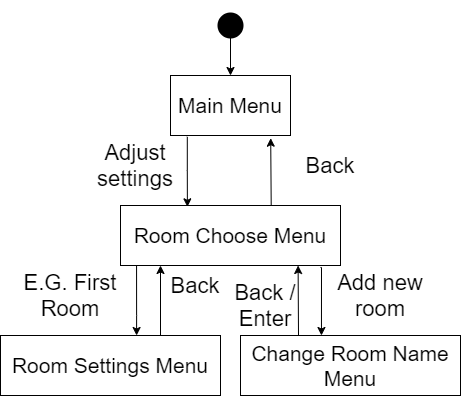
Earlier version of the draw.io export docs/assets/StateDiagram.png (Academic-Laboratory-Group/STMSmartHome). Source tidied: cells renumbered, new cells last; positions are measured from the earlier drawing's top-left corner, leaving out a move shared by most shapes. Source of this version:
```xml
<mxGraphModel>
  <root>
    <mxCell id="0" />
    <mxCell id="1" parent="0" />
    <mxCell id="2" style="edgeStyle=orthogonalEdgeStyle;rounded=0;jettySize=auto;html=1;" parent="1" edge="1" source="3" target="5">
      <mxGeometry relative="1" as="geometry" />
    </mxCell>
    <mxCell id="3" style="shape=waypoint;sketch=0;size=6;points=[];fillColor=none;perimeter=centerPerimeter;snapToPoint=1;strokeWidth=11;" parent="1" vertex="1">
      <mxGeometry x="210" width="40" height="40" as="geometry" />
    </mxCell>
    <mxCell id="4" style="edgeStyle=orthogonalEdgeStyle;rounded=0;jettySize=auto;html=1;entryX=0.304;entryY=0.022;entryDx=0;entryDy=0;exitX=0.14;exitY=1.022;exitDx=0;exitDy=0;exitPerimeter=0;entryPerimeter=0;" parent="1" edge="1" source="5" target="8">
      <mxGeometry relative="1" as="geometry" />
    </mxCell>
    <mxCell id="5" value="&lt;font style=&quot;font-size: 21px&quot;&gt;Main Menu&lt;/font&gt;" style="rounded=0;whiteSpace=wrap;html=1;strokeWidth=1;" parent="1" vertex="1">
      <mxGeometry x="170" y="70" width="120" height="60" as="geometry" />
    </mxCell>
    <mxCell id="6" style="edgeStyle=orthogonalEdgeStyle;rounded=0;jettySize=auto;html=1;exitX=0.073;exitY=0.983;exitDx=0;exitDy=0;exitPerimeter=0;" parent="1" edge="1" source="8" target="12">
      <mxGeometry relative="1" as="geometry">
        <Array as="points">
          <mxPoint x="136" y="310" />
          <mxPoint x="136" y="310" />
        </Array>
      </mxGeometry>
    </mxCell>
    <mxCell id="7" style="edgeStyle=orthogonalEdgeStyle;rounded=0;jettySize=auto;html=1;exitX=0.909;exitY=1.033;exitDx=0;exitDy=0;exitPerimeter=0;entryX=0.368;entryY=0;entryDx=0;entryDy=0;entryPerimeter=0;" parent="1" edge="1" source="8" target="14">
      <mxGeometry relative="1" as="geometry">
        <Array as="points">
          <mxPoint x="321" y="262" />
        </Array>
      </mxGeometry>
    </mxCell>
    <mxCell id="8" value="&lt;font style=&quot;font-size: 21px&quot;&gt;Room Choose Menu&lt;/font&gt;" style="rounded=0;whiteSpace=wrap;html=1;strokeWidth=1;" parent="1" vertex="1">
      <mxGeometry x="120" y="200" width="220" height="60" as="geometry" />
    </mxCell>
    <mxCell id="9" value="&lt;font style=&quot;font-size: 22px&quot;&gt;Adjust settings&lt;/font&gt;" style="text;html=1;strokeColor=none;fillColor=none;align=center;verticalAlign=middle;whiteSpace=wrap;rounded=0;" parent="1" vertex="1">
      <mxGeometry x="90" y="150" width="90" height="20" as="geometry" />
    </mxCell>
    <mxCell id="10" style="endArrow=classic;html=1;exitX=0.685;exitY=-0.007;exitDx=0;exitDy=0;exitPerimeter=0;entryX=0.835;entryY=1.045;entryDx=0;entryDy=0;entryPerimeter=0;" parent="1" edge="1" source="8" target="5">
      <mxGeometry relative="1" as="geometry" />
    </mxCell>
    <mxCell id="11" value="&lt;font style=&quot;font-size: 22px&quot;&gt;Back&lt;/font&gt;" style="text;html=1;strokeColor=none;fillColor=none;align=center;verticalAlign=middle;whiteSpace=wrap;rounded=0;" parent="1" vertex="1">
      <mxGeometry x="285" y="150" width="90" height="20" as="geometry" />
    </mxCell>
    <mxCell id="12" value="&lt;font style=&quot;font-size: 21px&quot;&gt;Room Settings Menu&lt;/font&gt;" style="rounded=0;whiteSpace=wrap;html=1;strokeWidth=1;" parent="1" vertex="1">
      <mxGeometry y="330" width="220" height="60" as="geometry" />
    </mxCell>
    <mxCell id="13" value="&lt;font style=&quot;font-size: 22px&quot;&gt;E.G. First Room&lt;/font&gt;" style="text;html=1;strokeColor=none;fillColor=none;align=center;verticalAlign=middle;whiteSpace=wrap;rounded=0;" parent="1" vertex="1">
      <mxGeometry x="10" y="280" width="120" height="20" as="geometry" />
    </mxCell>
    <mxCell id="14" value="&lt;font style=&quot;font-size: 21px&quot;&gt;Change Room Name Menu&lt;/font&gt;" style="rounded=0;whiteSpace=wrap;html=1;strokeWidth=1;" parent="1" vertex="1">
      <mxGeometry x="240" y="330" width="220" height="60" as="geometry" />
    </mxCell>
    <mxCell id="15" value="&lt;font style=&quot;font-size: 22px&quot;&gt;Add new room&lt;/font&gt;" style="text;html=1;strokeColor=none;fillColor=none;align=center;verticalAlign=middle;whiteSpace=wrap;rounded=0;" parent="1" vertex="1">
      <mxGeometry x="320" y="280" width="120" height="20" as="geometry" />
    </mxCell>
    <mxCell id="16" style="endArrow=classic;html=1;entryX=0.835;entryY=1.045;entryDx=0;entryDy=0;entryPerimeter=0;" parent="1" edge="1">
      <mxGeometry relative="1" as="geometry">
        <mxPoint x="160" y="330" as="sourcePoint" />
        <mxPoint x="160" y="260" as="targetPoint" />
      </mxGeometry>
    </mxCell>
    <mxCell id="17" value="&lt;font style=&quot;font-size: 22px&quot;&gt;Back&lt;/font&gt;" style="text;html=1;strokeColor=none;fillColor=none;align=center;verticalAlign=middle;whiteSpace=wrap;rounded=0;" parent="1" vertex="1">
      <mxGeometry x="150" y="270" width="90" height="20" as="geometry" />
    </mxCell>
    <mxCell id="18" style="endArrow=classic;html=1;entryX=0.835;entryY=1.045;entryDx=0;entryDy=0;entryPerimeter=0;" parent="1" edge="1">
      <mxGeometry relative="1" as="geometry">
        <mxPoint x="298" y="330" as="sourcePoint" />
        <mxPoint x="297.6" y="260" as="targetPoint" />
      </mxGeometry>
    </mxCell>
    <mxCell id="19" value="&lt;font style=&quot;font-size: 22px&quot;&gt;Back / Enter&lt;/font&gt;" style="text;html=1;strokeColor=none;fillColor=none;align=center;verticalAlign=middle;whiteSpace=wrap;rounded=0;" parent="1" vertex="1">
      <mxGeometry x="220" y="290" width="90" height="20" as="geometry" />
    </mxCell>
  </root>
</mxGraphModel>
```
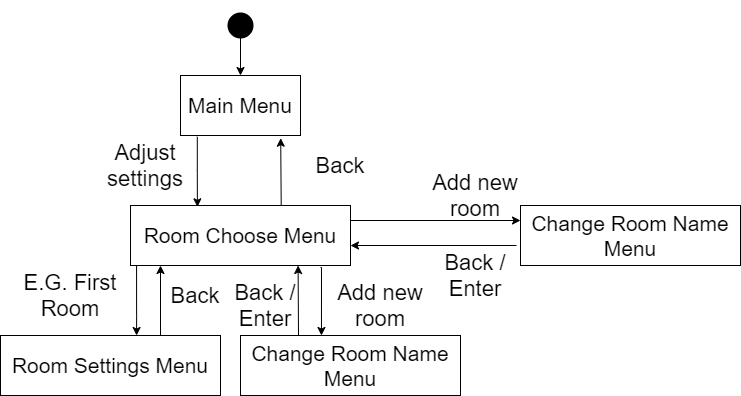
After the change.

Commit message:
Update state diagram

The edit, as a diff of the source:
```diff
@@ -6,70 +6,93 @@
       <mxGeometry relative="1" as="geometry" />
     </mxCell>
     <mxCell id="3" style="shape=waypoint;sketch=0;size=6;points=[];fillColor=none;perimeter=centerPerimeter;snapToPoint=1;strokeWidth=11;" parent="1" vertex="1">
-      <mxGeometry x="210" width="40" height="40" as="geometry" />
+      <mxGeometry x="135" width="40" height="40" as="geometry" />
     </mxCell>
     <mxCell id="4" style="edgeStyle=orthogonalEdgeStyle;rounded=0;jettySize=auto;html=1;entryX=0.304;entryY=0.022;entryDx=0;entryDy=0;exitX=0.14;exitY=1.022;exitDx=0;exitDy=0;exitPerimeter=0;entryPerimeter=0;" parent="1" edge="1" source="5" target="8">
       <mxGeometry relative="1" as="geometry" />
     </mxCell>
     <mxCell id="5" value="&lt;font style=&quot;font-size: 21px&quot;&gt;Main Menu&lt;/font&gt;" style="rounded=0;whiteSpace=wrap;html=1;strokeWidth=1;" parent="1" vertex="1">
-      <mxGeometry x="170" y="70" width="120" height="60" as="geometry" />
+      <mxGeometry x="95" y="70" width="120" height="60" as="geometry" />
     </mxCell>
-    <mxCell id="6" style="edgeStyle=orthogonalEdgeStyle;rounded=0;jettySize=auto;html=1;exitX=0.073;exitY=0.983;exitDx=0;exitDy=0;exitPerimeter=0;" parent="1" edge="1" source="8" target="12">
+    <mxCell id="6" style="edgeStyle=orthogonalEdgeStyle;rounded=0;jettySize=auto;html=1;exitX=0.073;exitY=0.983;exitDx=0;exitDy=0;exitPerimeter=0;" parent="1" edge="1" target="12">
       <mxGeometry relative="1" as="geometry">
+        <mxPoint x="51.1" y="259" as="sourcePoint" />
         <Array as="points">
-          <mxPoint x="136" y="310" />
-          <mxPoint x="136" y="310" />
+          <mxPoint x="51" y="310" />
+          <mxPoint x="51" y="310" />
         </Array>
       </mxGeometry>
     </mxCell>
-    <mxCell id="7" style="edgeStyle=orthogonalEdgeStyle;rounded=0;jettySize=auto;html=1;exitX=0.909;exitY=1.033;exitDx=0;exitDy=0;exitPerimeter=0;entryX=0.368;entryY=0;entryDx=0;entryDy=0;entryPerimeter=0;" parent="1" edge="1" source="8" target="14">
+    <mxCell id="7" style="edgeStyle=orthogonalEdgeStyle;rounded=0;jettySize=auto;html=1;exitX=0.909;exitY=1.033;exitDx=0;exitDy=0;exitPerimeter=0;entryX=0.368;entryY=0;entryDx=0;entryDy=0;entryPerimeter=0;" parent="1" edge="1" target="14">
       <mxGeometry relative="1" as="geometry">
+        <mxPoint x="235" y="262" as="sourcePoint" />
         <Array as="points">
-          <mxPoint x="321" y="262" />
+          <mxPoint x="236" y="262" />
         </Array>
       </mxGeometry>
     </mxCell>
     <mxCell id="8" value="&lt;font style=&quot;font-size: 21px&quot;&gt;Room Choose Menu&lt;/font&gt;" style="rounded=0;whiteSpace=wrap;html=1;strokeWidth=1;" parent="1" vertex="1">
-      <mxGeometry x="120" y="200" width="220" height="60" as="geometry" />
+      <mxGeometry x="45" y="200" width="220" height="60" as="geometry" />
     </mxCell>
     <mxCell id="9" value="&lt;font style=&quot;font-size: 22px&quot;&gt;Adjust settings&lt;/font&gt;" style="text;html=1;strokeColor=none;fillColor=none;align=center;verticalAlign=middle;whiteSpace=wrap;rounded=0;" parent="1" vertex="1">
-      <mxGeometry x="90" y="150" width="90" height="20" as="geometry" />
+      <mxGeometry x="15" y="150" width="90" height="20" as="geometry" />
     </mxCell>
     <mxCell id="10" style="endArrow=classic;html=1;exitX=0.685;exitY=-0.007;exitDx=0;exitDy=0;exitPerimeter=0;entryX=0.835;entryY=1.045;entryDx=0;entryDy=0;entryPerimeter=0;" parent="1" edge="1" source="8" target="5">
       <mxGeometry relative="1" as="geometry" />
     </mxCell>
     <mxCell id="11" value="&lt;font style=&quot;font-size: 22px&quot;&gt;Back&lt;/font&gt;" style="text;html=1;strokeColor=none;fillColor=none;align=center;verticalAlign=middle;whiteSpace=wrap;rounded=0;" parent="1" vertex="1">
-      <mxGeometry x="285" y="150" width="90" height="20" as="geometry" />
+      <mxGeometry x="210" y="150" width="90" height="20" as="geometry" />
     </mxCell>
     <mxCell id="12" value="&lt;font style=&quot;font-size: 21px&quot;&gt;Room Settings Menu&lt;/font&gt;" style="rounded=0;whiteSpace=wrap;html=1;strokeWidth=1;" parent="1" vertex="1">
-      <mxGeometry y="330" width="220" height="60" as="geometry" />
+      <mxGeometry x="-85" y="330" width="220" height="60" as="geometry" />
     </mxCell>
     <mxCell id="13" value="&lt;font style=&quot;font-size: 22px&quot;&gt;E.G. First Room&lt;/font&gt;" style="text;html=1;strokeColor=none;fillColor=none;align=center;verticalAlign=middle;whiteSpace=wrap;rounded=0;" parent="1" vertex="1">
-      <mxGeometry x="10" y="280" width="120" height="20" as="geometry" />
+      <mxGeometry x="-75" y="280" width="120" height="20" as="geometry" />
     </mxCell>
     <mxCell id="14" value="&lt;font style=&quot;font-size: 21px&quot;&gt;Change Room Name Menu&lt;/font&gt;" style="rounded=0;whiteSpace=wrap;html=1;strokeWidth=1;" parent="1" vertex="1">
-      <mxGeometry x="240" y="330" width="220" height="60" as="geometry" />
+      <mxGeometry x="155" y="330" width="220" height="60" as="geometry" />
     </mxCell>
     <mxCell id="15" value="&lt;font style=&quot;font-size: 22px&quot;&gt;Add new room&lt;/font&gt;" style="text;html=1;strokeColor=none;fillColor=none;align=center;verticalAlign=middle;whiteSpace=wrap;rounded=0;" parent="1" vertex="1">
-      <mxGeometry x="320" y="280" width="120" height="20" as="geometry" />
+      <mxGeometry x="235" y="290" width="120" height="20" as="geometry" />
     </mxCell>
     <mxCell id="16" style="endArrow=classic;html=1;entryX=0.835;entryY=1.045;entryDx=0;entryDy=0;entryPerimeter=0;" parent="1" edge="1">
       <mxGeometry relative="1" as="geometry">
-        <mxPoint x="160" y="330" as="sourcePoint" />
-        <mxPoint x="160" y="260" as="targetPoint" />
+        <mxPoint x="75" y="330" as="sourcePoint" />
+        <mxPoint x="75" y="260" as="targetPoint" />
       </mxGeometry>
     </mxCell>
     <mxCell id="17" value="&lt;font style=&quot;font-size: 22px&quot;&gt;Back&lt;/font&gt;" style="text;html=1;strokeColor=none;fillColor=none;align=center;verticalAlign=middle;whiteSpace=wrap;rounded=0;" parent="1" vertex="1">
-      <mxGeometry x="150" y="270" width="90" height="20" as="geometry" />
+      <mxGeometry x="65" y="280" width="90" height="20" as="geometry" />
     </mxCell>
     <mxCell id="18" style="endArrow=classic;html=1;entryX=0.835;entryY=1.045;entryDx=0;entryDy=0;entryPerimeter=0;" parent="1" edge="1">
       <mxGeometry relative="1" as="geometry">
-        <mxPoint x="298" y="330" as="sourcePoint" />
-        <mxPoint x="297.6" y="260" as="targetPoint" />
+        <mxPoint x="213" y="330" as="sourcePoint" />
+        <mxPoint x="212.6" y="260" as="targetPoint" />
       </mxGeometry>
     </mxCell>
     <mxCell id="19" value="&lt;font style=&quot;font-size: 22px&quot;&gt;Back / Enter&lt;/font&gt;" style="text;html=1;strokeColor=none;fillColor=none;align=center;verticalAlign=middle;whiteSpace=wrap;rounded=0;" parent="1" vertex="1">
-      <mxGeometry x="220" y="290" width="90" height="20" as="geometry" />
+      <mxGeometry x="135" y="290" width="90" height="20" as="geometry" />
     </mxCell>
+    <mxCell id="20" value="&lt;font style=&quot;font-size: 21px&quot;&gt;Change Room Name Menu&lt;/font&gt;" style="rounded=0;whiteSpace=wrap;html=1;strokeWidth=1;" parent="1" vertex="1">
+      <mxGeometry x="435" y="200" width="220" height="60" as="geometry" />
+    </mxCell>
+    <mxCell id="21" style="endArrow=classic;html=1;" parent="1" edge="1">
+      <mxGeometry relative="1" as="geometry">
+        <mxPoint x="431" y="240" as="sourcePoint" />
+        <mxPoint x="265" y="240" as="targetPoint" />
+      </mxGeometry>
+    </mxCell>
+    <mxCell id="22" style="endArrow=classic;html=1;entryX=0;entryY=0.25;entryDx=0;entryDy=0;exitX=1;exitY=0.25;exitDx=0;exitDy=0;" parent="1" edge="1" source="8" target="20">
+      <mxGeometry relative="1" as="geometry" />
+    </mxCell>
+    <mxCell id="23" value="&lt;font style=&quot;font-size: 22px&quot;&gt;Add new room&lt;/font&gt;" style="text;html=1;strokeColor=none;fillColor=none;align=center;verticalAlign=middle;whiteSpace=wrap;rounded=0;" parent="1" vertex="1">
+      <mxGeometry x="345" y="180" width="90" height="20" as="geometry" />
+    </mxCell>
+    <mxCell id="24" value="&lt;font style=&quot;font-size: 22px&quot;&gt;Back / Enter&lt;/font&gt;" style="text;html=1;strokeColor=none;fillColor=none;align=center;verticalAlign=middle;whiteSpace=wrap;rounded=0;" parent="1" vertex="1">
+      <mxGeometry x="345" y="260" width="90" height="20" as="geometry" />
+    </mxCell>
+    <mxCell id="25" style="edgeStyle=orthogonalEdgeStyle;rounded=0;orthogonalLoop=1;jettySize=auto;html=1;exitX=0.5;exitY=1;exitDx=0;exitDy=0;" parent="1" edge="1" source="15" target="15">
+      <mxGeometry relative="1" as="geometry" />
+    </mxCell>
   </root>
 </mxGraphModel>
```
